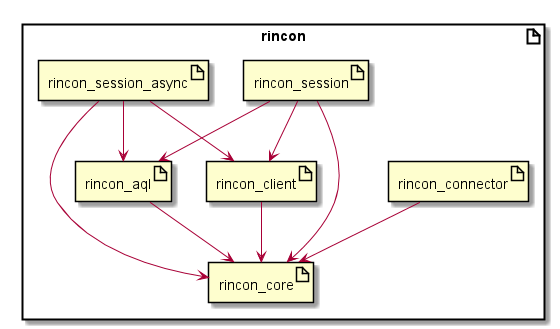
The PlantUML diagram docs/crate_structure.png in innoave/rincon, before a commit. Source of this version:
```plantuml
@startuml
artifact rincon {
    artifact rincon_core
    artifact rincon_aql
    artifact rincon_client
    artifact rincon_connector
    artifact rincon_session
    artifact rincon_session_async
    rincon_aql --> rincon_core
    rincon_client --> rincon_core
    rincon_connector --> rincon_core
    rincon_session --> rincon_aql
    rincon_session --> rincon_client
    rincon_session --> rincon_core
    rincon_session_async --> rincon_aql
    rincon_session_async --> rincon_client
    rincon_session_async --> rincon_core
}
@enduml
```
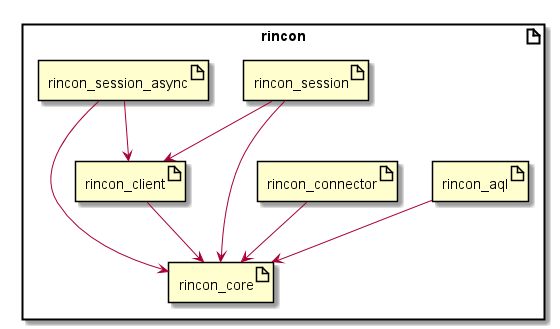
Later version of the same file.

The edit, as a diff of the source:
```diff
@@ -9,10 +9,8 @@
     rincon_aql --> rincon_core
     rincon_client --> rincon_core
     rincon_connector --> rincon_core
-    rincon_session --> rincon_aql
     rincon_session --> rincon_client
     rincon_session --> rincon_core
-    rincon_session_async --> rincon_aql
     rincon_session_async --> rincon_client
     rincon_session_async --> rincon_core
 }
```
